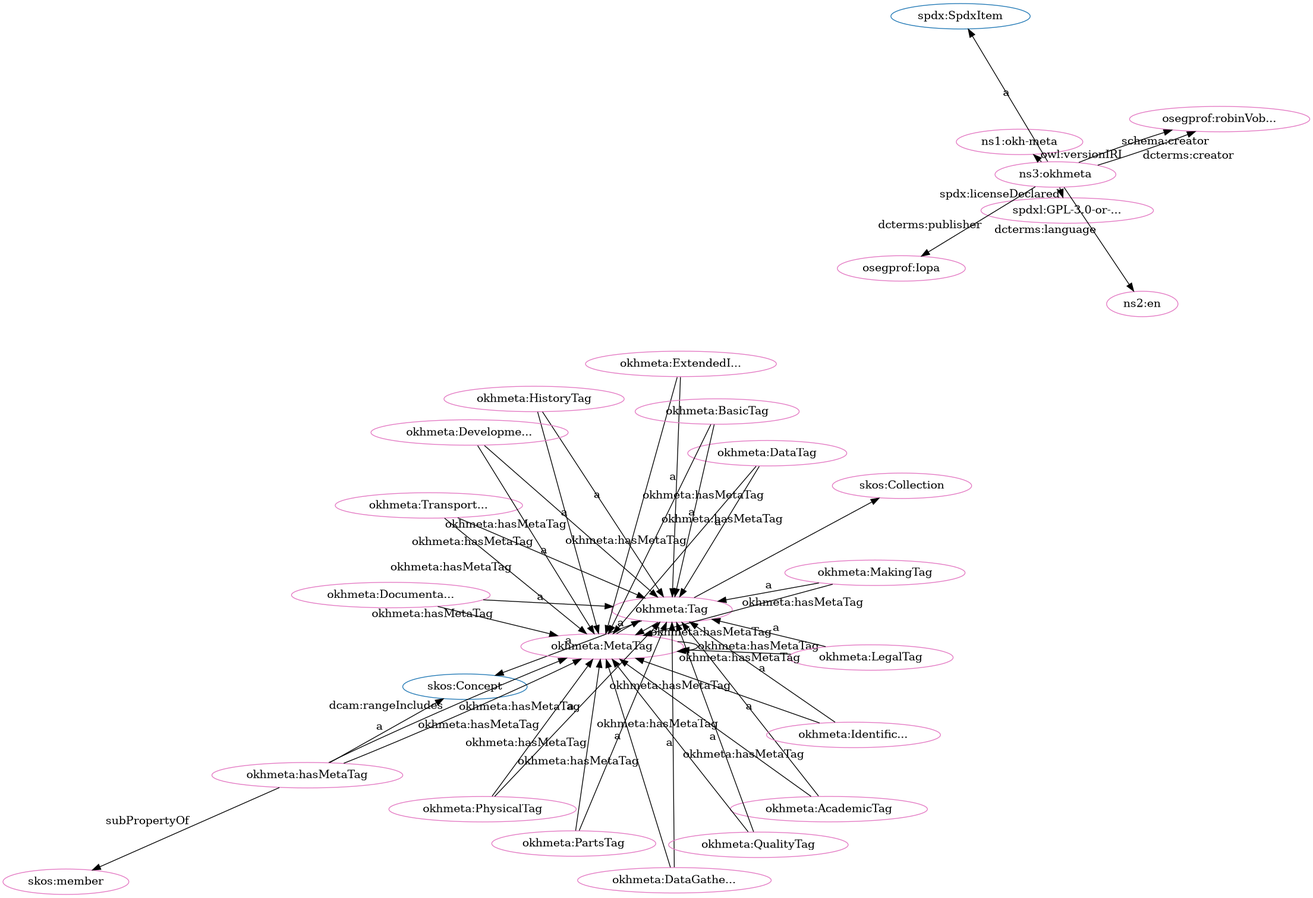
Earlier version of the Graphviz export src/spec/fdp_okh-meta-clean.png (iop-alliance/OpenKnowHow). Its source is kept beside it as src/spec/fdp_okh-meta-clean.dot.
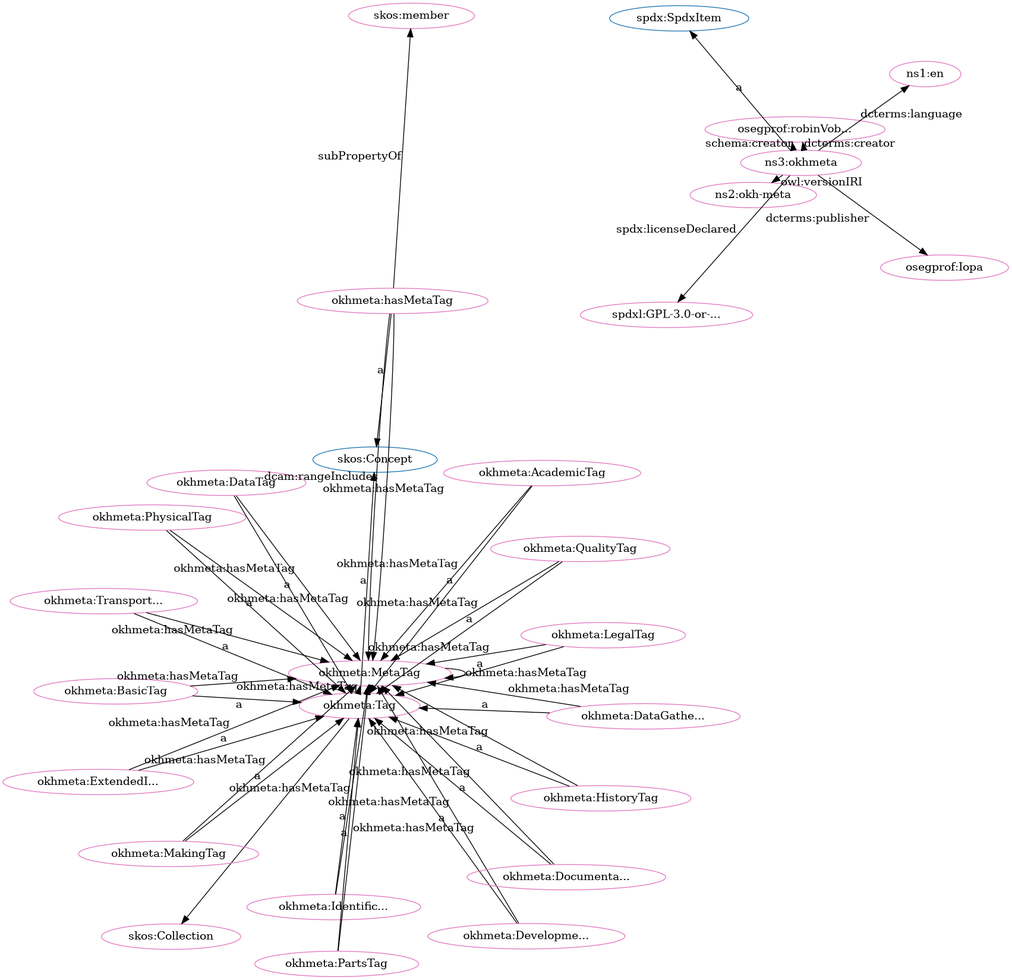
The same file after the commit.

Diff of the diagram source:
```diff
@@ -1,80 +1,80 @@
 digraph G {
   rankdir=BT
   node[height=.3]
+"http://w3id.org/oseg/ont/okhmeta#Tag" [fillcolor="#1f77b4" color="#1f77b4" label="okhmeta:Tag"]
+"http://www.w3.org/2004/02/skos/core#Concept" [fillcolor="#1f77b4" color="#1f77b4" label="skos:Concept"]
 "http://spdx.org/rdf/terms#SpdxItem" [fillcolor="#1f77b4" color="#1f77b4" label="spdx:SpdxItem"]
-"http://www.w3.org/2004/02/skos/core#Concept" [fillcolor="#1f77b4" color="#1f77b4" label="skos:Concept"]
 "http://www.w3.org/2004/02/skos/core#Collection" [fillcolor="#1f77b4" color="#1f77b4" label="skos:Collection"]
-"http://w3id.org/oseg/ont/okhmeta#Tag" [fillcolor="#1f77b4" color="#1f77b4" label="okhmeta:Tag"]
+"http://w3id.org/oseg/ont/okhmeta#DataTag" [fillcolor="#e377c2" color="#e377c2" label="okhmeta:DataTag"]
+"http://w3id.org/oseg/ont/okhmeta#HistoryTag" [fillcolor="#e377c2" color="#e377c2" label="okhmeta:HistoryTag"]
+"http://w3id.org/oseg/ont/okhmeta#MetaTag" [fillcolor="#e377c2" color="#e377c2" label="okhmeta:MetaTag"]
+"http://w3id.org/oseg/ont/okhmeta#TransportationTag" [fillcolor="#e377c2" color="#e377c2" label="okhmeta:Transport..."]
+"http://w3id.org/oseg/ont/okhmeta#DevelopmentTag" [fillcolor="#e377c2" color="#e377c2" label="okhmeta:Developme..."]
 "http://w3id.org/oseg/ont/okhmeta#MakingTag" [fillcolor="#e377c2" color="#e377c2" label="okhmeta:MakingTag"]
-"http://w3id.org/oseg/ont/okhmeta#MetaTag" [fillcolor="#e377c2" color="#e377c2" label="okhmeta:MetaTag"]
+"http://w3id.org/oseg/ont/okhmeta#IdentificationTag" [fillcolor="#e377c2" color="#e377c2" label="okhmeta:Identific..."]
+"http://id.loc.gov/vocabulary/iso639-1/en" [fillcolor="#e377c2" color="#e377c2" label="ns1:en"]
+"http://w3id.org/oseg/ont/okhmeta#PartsTag" [fillcolor="#e377c2" color="#e377c2" label="okhmeta:PartsTag"]
+"http://w3id.org/oseg/ont/1.1.0/okh-meta" [fillcolor="#e377c2" color="#e377c2" label="ns2:okh-meta"]
+"http://www.w3.org/2004/02/skos/core#member" [fillcolor="#e377c2" color="#e377c2" label="skos:member"]
+"http://w3id.org/oseg/ont/okhmeta#LegalTag" [fillcolor="#e377c2" color="#e377c2" label="okhmeta:LegalTag"]
 "http://w3id.org/oseg/ont/oseg-profiles#robinVobruba" [fillcolor="#e377c2" color="#e377c2" label="osegprof:robinVob..."]
+"http://w3id.org/oseg/ont/okhmeta#QualityTag" [fillcolor="#e377c2" color="#e377c2" label="okhmeta:QualityTag"]
+"http://w3id.org/oseg/ont/oseg-profiles#Iopa" [fillcolor="#e377c2" color="#e377c2" label="osegprof:Iopa"]
+"http://w3id.org/oseg/ont/okhmeta#PhysicalTag" [fillcolor="#e377c2" color="#e377c2" label="okhmeta:PhysicalTag"]
+"http://www.w3.org/2004/02/skos/core#Collection" [fillcolor="#e377c2" color="#e377c2" label="skos:Collection"]
+"http://w3id.org/oseg/ont/okhmeta" [fillcolor="#e377c2" color="#e377c2" label="ns3:okhmeta"]
 "http://spdx.org/licenses/GPL-3.0-or-later" [fillcolor="#e377c2" color="#e377c2" label="spdxl:GPL-3.0-or-..."]
-"http://w3id.org/oseg/ont/1.1.0/okh-meta" [fillcolor="#e377c2" color="#e377c2" label="ns1:okh-meta"]
-"http://www.w3.org/2004/02/skos/core#member" [fillcolor="#e377c2" color="#e377c2" label="skos:member"]
-"http://id.loc.gov/vocabulary/iso639-1/en" [fillcolor="#e377c2" color="#e377c2" label="ns2:en"]
-"http://w3id.org/oseg/ont/okhmeta#PhysicalTag" [fillcolor="#e377c2" color="#e377c2" label="okhmeta:PhysicalTag"]
-"http://w3id.org/oseg/ont/okhmeta" [fillcolor="#e377c2" color="#e377c2" label="ns3:okhmeta"]
+"http://w3id.org/oseg/ont/okhmeta#AcademicTag" [fillcolor="#e377c2" color="#e377c2" label="okhmeta:AcademicTag"]
+"http://w3id.org/oseg/ont/okhmeta#DocumentationTag" [fillcolor="#e377c2" color="#e377c2" label="okhmeta:Documenta..."]
+"http://w3id.org/oseg/ont/okhmeta#Tag" [fillcolor="#e377c2" color="#e377c2" label="okhmeta:Tag"]
+"http://w3id.org/oseg/ont/okhmeta#hasMetaTag" [fillcolor="#e377c2" color="#e377c2" label="okhmeta:hasMetaTag"]
+"http://w3id.org/oseg/ont/okhmeta#ExtendedInfoTag" [fillcolor="#e377c2" color="#e377c2" label="okhmeta:ExtendedI..."]
 "http://w3id.org/oseg/ont/okhmeta#DataGatheringTag" [fillcolor="#e377c2" color="#e377c2" label="okhmeta:DataGathe..."]
-"http://w3id.org/oseg/ont/okhmeta#AcademicTag" [fillcolor="#e377c2" color="#e377c2" label="okhmeta:AcademicTag"]
-"http://w3id.org/oseg/ont/okhmeta#IdentificationTag" [fillcolor="#e377c2" color="#e377c2" label="okhmeta:Identific..."]
-"http://w3id.org/oseg/ont/okhmeta#TransportationTag" [fillcolor="#e377c2" color="#e377c2" label="okhmeta:Transport..."]
-"http://w3id.org/oseg/ont/okhmeta#Tag" [fillcolor="#e377c2" color="#e377c2" label="okhmeta:Tag"]
-"http://w3id.org/oseg/ont/okhmeta#HistoryTag" [fillcolor="#e377c2" color="#e377c2" label="okhmeta:HistoryTag"]
-"http://w3id.org/oseg/ont/okhmeta#hasMetaTag" [fillcolor="#e377c2" color="#e377c2" label="okhmeta:hasMetaTag"]
-"http://www.w3.org/2004/02/skos/core#Collection" [fillcolor="#e377c2" color="#e377c2" label="skos:Collection"]
-"http://w3id.org/oseg/ont/okhmeta#ExtendedInfoTag" [fillcolor="#e377c2" color="#e377c2" label="okhmeta:ExtendedI..."]
-"http://w3id.org/oseg/ont/okhmeta#DataTag" [fillcolor="#e377c2" color="#e377c2" label="okhmeta:DataTag"]
-"http://w3id.org/oseg/ont/oseg-profiles#Iopa" [fillcolor="#e377c2" color="#e377c2" label="osegprof:Iopa"]
 "http://w3id.org/oseg/ont/okhmeta#BasicTag" [fillcolor="#e377c2" color="#e377c2" label="okhmeta:BasicTag"]
-"http://w3id.org/oseg/ont/okhmeta#PartsTag" [fillcolor="#e377c2" color="#e377c2" label="okhmeta:PartsTag"]
-"http://w3id.org/oseg/ont/okhmeta#DevelopmentTag" [fillcolor="#e377c2" color="#e377c2" label="okhmeta:Developme..."]
-"http://w3id.org/oseg/ont/okhmeta#DocumentationTag" [fillcolor="#e377c2" color="#e377c2" label="okhmeta:Documenta..."]
-"http://w3id.org/oseg/ont/okhmeta#LegalTag" [fillcolor="#e377c2" color="#e377c2" label="okhmeta:LegalTag"]
-"http://w3id.org/oseg/ont/okhmeta#QualityTag" [fillcolor="#e377c2" color="#e377c2" label="okhmeta:QualityTag"]
-  "http://w3id.org/oseg/ont/okhmeta#PhysicalTag" -> "http://w3id.org/oseg/ont/okhmeta#MetaTag" [label="okhmeta:hasMetaTag"]
-  "http://w3id.org/oseg/ont/okhmeta" -> "http://w3id.org/oseg/ont/oseg-profiles#robinVobruba" [label="schema:creator"]
-  "http://w3id.org/oseg/ont/okhmeta" -> "http://id.loc.gov/vocabulary/iso639-1/en" [label="dcterms:language"]
-  "http://w3id.org/oseg/ont/okhmeta#PhysicalTag" -> "http://w3id.org/oseg/ont/okhmeta#Tag" [label="a"]
-  "http://w3id.org/oseg/ont/okhmeta#hasMetaTag" -> "http://w3id.org/oseg/ont/okhmeta#MetaTag" [label="dcam:rangeIncludes"]
-  "http://w3id.org/oseg/ont/okhmeta#hasMetaTag" -> "http://w3id.org/oseg/ont/okhmeta#MetaTag" [label="okhmeta:hasMetaTag"]
-  "http://w3id.org/oseg/ont/okhmeta#TransportationTag" -> "http://w3id.org/oseg/ont/okhmeta#MetaTag" [label="okhmeta:hasMetaTag"]
-  "http://w3id.org/oseg/ont/okhmeta#AcademicTag" -> "http://w3id.org/oseg/ont/okhmeta#Tag" [label="a"]
-  "http://w3id.org/oseg/ont/okhmeta#HistoryTag" -> "http://w3id.org/oseg/ont/okhmeta#MetaTag" [label="okhmeta:hasMetaTag"]
+  "http://w3id.org/oseg/ont/okhmeta#DataTag" -> "http://w3id.org/oseg/ont/okhmeta#Tag" [label="a"]
+  "http://w3id.org/oseg/ont/okhmeta#HistoryTag" -> "http://w3id.org/oseg/ont/okhmeta#Tag" [label="a"]
+  "http://w3id.org/oseg/ont/okhmeta#IdentificationTag" -> "http://w3id.org/oseg/ont/okhmeta#MetaTag" [label="okhmeta:hasMetaTag"]
   "http://w3id.org/oseg/ont/okhmeta#PartsTag" -> "http://w3id.org/oseg/ont/okhmeta#MetaTag" [label="okhmeta:hasMetaTag"]
   "http://w3id.org/oseg/ont/okhmeta#TransportationTag" -> "http://w3id.org/oseg/ont/okhmeta#Tag" [label="a"]
+  "http://w3id.org/oseg/ont/okhmeta#DevelopmentTag" -> "http://w3id.org/oseg/ont/okhmeta#Tag" [label="a"]
+  "http://w3id.org/oseg/ont/okhmeta#MakingTag" -> "http://w3id.org/oseg/ont/okhmeta#Tag" [label="a"]
+  "http://w3id.org/oseg/ont/okhmeta#MetaTag" -> "http://w3id.org/oseg/ont/okhmeta#MetaTag" [label="okhmeta:hasMetaTag"]
+  "http://w3id.org/oseg/ont/okhmeta#ExtendedInfoTag" -> "http://w3id.org/oseg/ont/okhmeta#MetaTag" [label="okhmeta:hasMetaTag"]
+  "http://w3id.org/oseg/ont/okhmeta#QualityTag" -> "http://w3id.org/oseg/ont/okhmeta#MetaTag" [label="okhmeta:hasMetaTag"]
+  "http://w3id.org/oseg/ont/okhmeta#LegalTag" -> "http://w3id.org/oseg/ont/okhmeta#Tag" [label="a"]
+  "http://w3id.org/oseg/ont/okhmeta" -> "http://w3id.org/oseg/ont/oseg-profiles#robinVobruba" [label="schema:creator"]
+  "http://w3id.org/oseg/ont/okhmeta#HistoryTag" -> "http://w3id.org/oseg/ont/okhmeta#MetaTag" [label="okhmeta:hasMetaTag"]
+  "http://w3id.org/oseg/ont/okhmeta#MetaTag" -> "http://w3id.org/oseg/ont/okhmeta#Tag" [label="a"]
+  "http://w3id.org/oseg/ont/okhmeta#PhysicalTag" -> "http://w3id.org/oseg/ont/okhmeta#Tag" [label="a"]
+  "http://w3id.org/oseg/ont/okhmeta#MakingTag" -> "http://w3id.org/oseg/ont/okhmeta#MetaTag" [label="okhmeta:hasMetaTag"]
+  "http://w3id.org/oseg/ont/okhmeta#Tag" -> "http://www.w3.org/2004/02/skos/core#Collection" [label=""]
+  "http://w3id.org/oseg/ont/okhmeta" -> "http://spdx.org/licenses/GPL-3.0-or-later" [label="spdx:licenseDeclared"]
+  "http://w3id.org/oseg/ont/okhmeta#AcademicTag" -> "http://w3id.org/oseg/ont/okhmeta#Tag" [label="a"]
+  "http://w3id.org/oseg/ont/okhmeta#DocumentationTag" -> "http://w3id.org/oseg/ont/okhmeta#Tag" [label="a"]
+  "http://w3id.org/oseg/ont/okhmeta#DataGatheringTag" -> "http://w3id.org/oseg/ont/okhmeta#Tag" [label="a"]
+  "http://w3id.org/oseg/ont/okhmeta#DataTag" -> "http://w3id.org/oseg/ont/okhmeta#MetaTag" [label="okhmeta:hasMetaTag"]
+  "http://w3id.org/oseg/ont/okhmeta#BasicTag" -> "http://w3id.org/oseg/ont/okhmeta#Tag" [label="a"]
+  "http://w3id.org/oseg/ont/okhmeta" -> "http://w3id.org/oseg/ont/oseg-profiles#robinVobruba" [label="dcterms:creator"]
+  "http://w3id.org/oseg/ont/okhmeta#hasMetaTag" -> "http://www.w3.org/2004/02/skos/core#Concept" [label="a"]
+  "http://w3id.org/oseg/ont/okhmeta#TransportationTag" -> "http://w3id.org/oseg/ont/okhmeta#MetaTag" [label="okhmeta:hasMetaTag"]
+  "http://w3id.org/oseg/ont/okhmeta#DevelopmentTag" -> "http://w3id.org/oseg/ont/okhmeta#MetaTag" [label="okhmeta:hasMetaTag"]
+  "http://w3id.org/oseg/ont/okhmeta#IdentificationTag" -> "http://w3id.org/oseg/ont/okhmeta#Tag" [label="a"]
+  "http://w3id.org/oseg/ont/okhmeta#LegalTag" -> "http://w3id.org/oseg/ont/okhmeta#MetaTag" [label="okhmeta:hasMetaTag"]
+  "http://w3id.org/oseg/ont/okhmeta" -> "http://id.loc.gov/vocabulary/iso639-1/en" [label="dcterms:language"]
+  "http://w3id.org/oseg/ont/okhmeta#PartsTag" -> "http://w3id.org/oseg/ont/okhmeta#Tag" [label="a"]
+  "http://w3id.org/oseg/ont/okhmeta" -> "http://w3id.org/oseg/ont/1.1.0/okh-meta" [label="owl:versionIRI"]
+  "http://w3id.org/oseg/ont/okhmeta#hasMetaTag" -> "http://w3id.org/oseg/ont/okhmeta#MetaTag" [label="okhmeta:hasMetaTag"]
+  "http://w3id.org/oseg/ont/okhmeta#hasMetaTag" -> "http://www.w3.org/2004/02/skos/core#member" [label="subPropertyOf"]
+  "http://w3id.org/oseg/ont/okhmeta#PhysicalTag" -> "http://w3id.org/oseg/ont/okhmeta#MetaTag" [label="okhmeta:hasMetaTag"]
+  "http://w3id.org/oseg/ont/okhmeta#QualityTag" -> "http://w3id.org/oseg/ont/okhmeta#Tag" [label="a"]
+  "http://w3id.org/oseg/ont/okhmeta" -> "http://w3id.org/oseg/ont/oseg-profiles#Iopa" [label="dcterms:publisher"]
+  "http://w3id.org/oseg/ont/okhmeta#hasMetaTag" -> "http://w3id.org/oseg/ont/okhmeta#MetaTag" [label="dcam:rangeIncludes"]
+  "http://w3id.org/oseg/ont/okhmeta" -> "http://spdx.org/rdf/terms#SpdxItem" [label="a"]
+  "http://w3id.org/oseg/ont/okhmeta#AcademicTag" -> "http://w3id.org/oseg/ont/okhmeta#MetaTag" [label="okhmeta:hasMetaTag"]
+  "http://w3id.org/oseg/ont/okhmeta#DocumentationTag" -> "http://w3id.org/oseg/ont/okhmeta#MetaTag" [label="okhmeta:hasMetaTag"]
   "http://w3id.org/oseg/ont/okhmeta#Tag" -> "http://www.w3.org/2004/02/skos/core#Concept" [label="a"]
-  "http://w3id.org/oseg/ont/okhmeta#HistoryTag" -> "http://w3id.org/oseg/ont/okhmeta#Tag" [label="a"]
-  "http://w3id.org/oseg/ont/okhmeta" -> "http://w3id.org/oseg/ont/oseg-profiles#robinVobruba" [label="dcterms:creator"]
-  "http://w3id.org/oseg/ont/okhmeta#DataTag" -> "http://w3id.org/oseg/ont/okhmeta#Tag" [label="a"]
-  "http://w3id.org/oseg/ont/okhmeta#MakingTag" -> "http://w3id.org/oseg/ont/okhmeta#MetaTag" [label="okhmeta:hasMetaTag"]
-  "http://w3id.org/oseg/ont/okhmeta" -> "http://w3id.org/oseg/ont/oseg-profiles#Iopa" [label="dcterms:publisher"]
-  "http://w3id.org/oseg/ont/okhmeta#QualityTag" -> "http://w3id.org/oseg/ont/okhmeta#MetaTag" [label="okhmeta:hasMetaTag"]
-  "http://w3id.org/oseg/ont/okhmeta#PartsTag" -> "http://w3id.org/oseg/ont/okhmeta#Tag" [label="a"]
-  "http://w3id.org/oseg/ont/okhmeta#DevelopmentTag" -> "http://w3id.org/oseg/ont/okhmeta#Tag" [label="a"]
-  "http://w3id.org/oseg/ont/okhmeta#QualityTag" -> "http://w3id.org/oseg/ont/okhmeta#Tag" [label="a"]
-  "http://w3id.org/oseg/ont/okhmeta#MakingTag" -> "http://w3id.org/oseg/ont/okhmeta#Tag" [label="a"]
-  "http://w3id.org/oseg/ont/okhmeta#DevelopmentTag" -> "http://w3id.org/oseg/ont/okhmeta#MetaTag" [label="okhmeta:hasMetaTag"]
-  "http://w3id.org/oseg/ont/okhmeta" -> "http://spdx.org/licenses/GPL-3.0-or-later" [label="spdx:licenseDeclared"]
+  "http://w3id.org/oseg/ont/okhmeta#DataGatheringTag" -> "http://w3id.org/oseg/ont/okhmeta#MetaTag" [label="okhmeta:hasMetaTag"]
+  "http://w3id.org/oseg/ont/okhmeta#BasicTag" -> "http://w3id.org/oseg/ont/okhmeta#MetaTag" [label="okhmeta:hasMetaTag"]
+  "http://w3id.org/oseg/ont/okhmeta#ExtendedInfoTag" -> "http://w3id.org/oseg/ont/okhmeta#Tag" [label="a"]
   "http://w3id.org/oseg/ont/okhmeta#Tag" -> "http://w3id.org/oseg/ont/okhmeta#MetaTag" [label="okhmeta:hasMetaTag"]
-  "http://w3id.org/oseg/ont/okhmeta#IdentificationTag" -> "http://w3id.org/oseg/ont/okhmeta#MetaTag" [label="okhmeta:hasMetaTag"]
-  "http://w3id.org/oseg/ont/okhmeta" -> "http://w3id.org/oseg/ont/1.1.0/okh-meta" [label="owl:versionIRI"]
-  "http://w3id.org/oseg/ont/okhmeta#hasMetaTag" -> "http://www.w3.org/2004/02/skos/core#member" [label="subPropertyOf"]
-  "http://w3id.org/oseg/ont/okhmeta" -> "http://spdx.org/rdf/terms#SpdxItem" [label="a"]
-  "http://w3id.org/oseg/ont/okhmeta#DataGatheringTag" -> "http://w3id.org/oseg/ont/okhmeta#Tag" [label="a"]
-  "http://w3id.org/oseg/ont/okhmeta#ExtendedInfoTag" -> "http://w3id.org/oseg/ont/okhmeta#MetaTag" [label="okhmeta:hasMetaTag"]
-  "http://w3id.org/oseg/ont/okhmeta#IdentificationTag" -> "http://w3id.org/oseg/ont/okhmeta#Tag" [label="a"]
-  "http://w3id.org/oseg/ont/okhmeta#BasicTag" -> "http://w3id.org/oseg/ont/okhmeta#MetaTag" [label="okhmeta:hasMetaTag"]
-  "http://w3id.org/oseg/ont/okhmeta#DataGatheringTag" -> "http://w3id.org/oseg/ont/okhmeta#MetaTag" [label="okhmeta:hasMetaTag"]
-  "http://w3id.org/oseg/ont/okhmeta#DocumentationTag" -> "http://w3id.org/oseg/ont/okhmeta#MetaTag" [label="okhmeta:hasMetaTag"]
-  "http://w3id.org/oseg/ont/okhmeta#Tag" -> "http://www.w3.org/2004/02/skos/core#Collection" [label=""]
-  "http://w3id.org/oseg/ont/okhmeta#ExtendedInfoTag" -> "http://w3id.org/oseg/ont/okhmeta#Tag" [label="a"]
-  "http://w3id.org/oseg/ont/okhmeta#AcademicTag" -> "http://w3id.org/oseg/ont/okhmeta#MetaTag" [label="okhmeta:hasMetaTag"]
-  "http://w3id.org/oseg/ont/okhmeta#LegalTag" -> "http://w3id.org/oseg/ont/okhmeta#MetaTag" [label="okhmeta:hasMetaTag"]
-  "http://w3id.org/oseg/ont/okhmeta#MetaTag" -> "http://w3id.org/oseg/ont/okhmeta#MetaTag" [label="okhmeta:hasMetaTag"]
-  "http://w3id.org/oseg/ont/okhmeta#BasicTag" -> "http://w3id.org/oseg/ont/okhmeta#Tag" [label="a"]
-  "http://w3id.org/oseg/ont/okhmeta#hasMetaTag" -> "http://www.w3.org/2004/02/skos/core#Concept" [label="a"]
-  "http://w3id.org/oseg/ont/okhmeta#DocumentationTag" -> "http://w3id.org/oseg/ont/okhmeta#Tag" [label="a"]
-  "http://w3id.org/oseg/ont/okhmeta#LegalTag" -> "http://w3id.org/oseg/ont/okhmeta#Tag" [label="a"]
-  "http://w3id.org/oseg/ont/okhmeta#MetaTag" -> "http://w3id.org/oseg/ont/okhmeta#Tag" [label="a"]
-  "http://w3id.org/oseg/ont/okhmeta#DataTag" -> "http://w3id.org/oseg/ont/okhmeta#MetaTag" [label="okhmeta:hasMetaTag"]
 }
```
